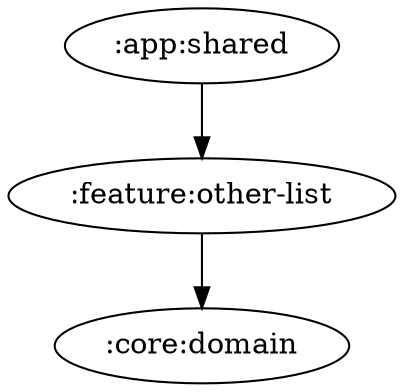
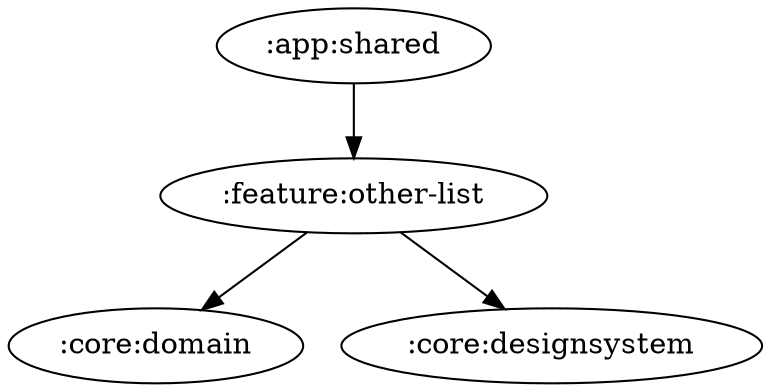
digraph G {
  rankdir=TB
  ":app:shared" -> ":feature:other-list"
  ":feature:other-list" -> ":core:domain"
+   ":feature:other-list" -> ":core:designsystem"
}